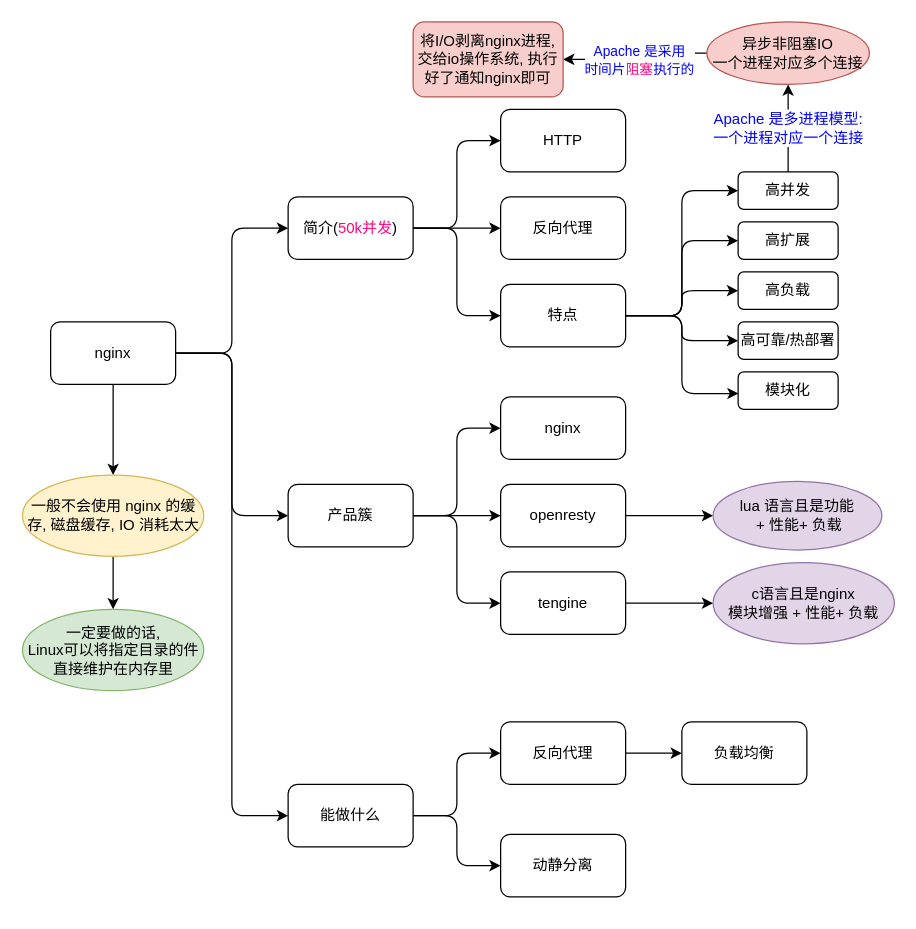
Above: digrams/nginx/01.overview.drawio in Alice52/diagrams (draw.io), before the change. Source tidied: cells renumbered, new cells numbered last; positions are measured from the earlier drawing's top-left corner, leaving out a move shared by most shapes. Both pictures are drawn from the tidied source at 125%, with x=0, y=0 at pixel (21, 21).
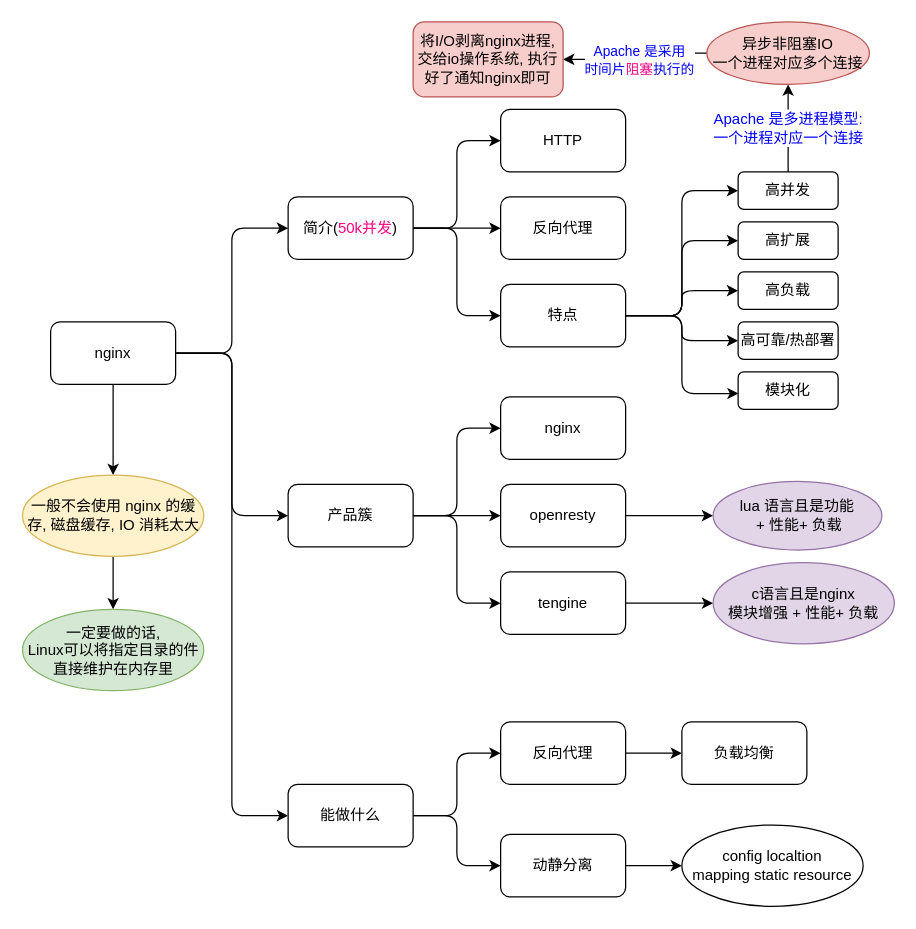
After the change.

The change refers to these unchanged cells:
```xml
<mxCell id="29" value="动静分离" style="rounded=1;whiteSpace=wrap;html=1;" parent="1" vertex="1">
  <mxGeometry x="383" y="650" width="100" height="50" as="geometry" />
</mxCell>
```

The edit, as a diff of the source:
```diff
@@
+    <mxCell id="52" style="edgeStyle=orthogonalEdgeStyle;rounded=0;jettySize=auto;html=1;" parent="1" edge="1" source="29" target="53">
+      <mxGeometry relative="1" as="geometry" />
+    </mxCell>
@@
+    <mxCell id="53" value="config localtion &lt;br&gt;mapping static resource" style="ellipse;whiteSpace=wrap;html=1;rounded=1;" parent="1" vertex="1">
+      <mxGeometry x="528" y="642.5" width="145" height="65" as="geometry" />
+    </mxCell>
```
